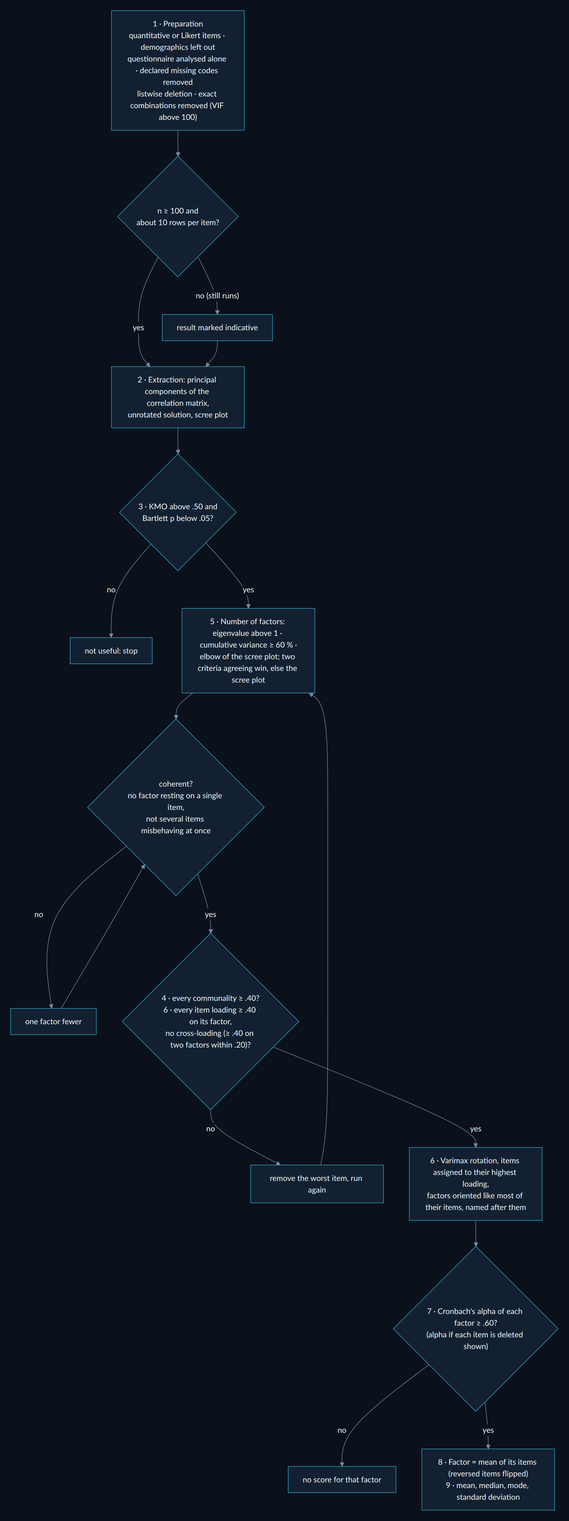
The Mermaid diagram docs/diagrams/6_factor_analysis.png in Thibautdqb/elessar, before a commit. Its source is kept beside it as docs/diagrams/6_factor_analysis.mmd. Source of this version:
```mermaid
flowchart TD
    P["1 · Preparation<br/>quantitative or Likert items · demographics left out<br/>questionnaire analysed alone · declared missing codes removed<br/>listwise deletion · exact combinations removed (VIF above 100)"] --> N{"n ≥ 100 and<br/>about 10 rows per item?"}
    N -- "no (still runs)" --> Q["result marked indicative"]
    N -- yes --> X
    Q --> X["2 · Extraction: principal components of the correlation matrix,<br/>unrotated solution, scree plot"]
    X --> K{"3 · KMO above .50 and<br/>Bartlett p below .05?"}
    K -- no --> NU["not useful: stop"]
    K -- yes --> F["5 · Number of factors: eigenvalue above 1 · cumulative variance ≥ 60 % ·<br/>elbow of the scree plot; two criteria agreeing win, else the scree plot"]
    F --> C{"coherent?<br/>no factor resting on a single item,<br/>not several items misbehaving at once"}
    C -- no --> F2["one factor fewer"] --> C
    C -- yes --> H{"4 · every communality ≥ .40?<br/>6 · every item loading ≥ .40 on its factor,<br/>no cross-loading (≥ .40 on two factors within .20)?"}
    H -- no --> RM["remove the worst item, run again"] --> F
    H -- yes --> V["6 · Varimax rotation, items assigned to their highest loading,<br/>factors oriented like most of their items, named after them"]
    V --> A{"7 · Cronbach's alpha of each factor ≥ .60?<br/>(alpha if each item is deleted shown)"}
    A -- no --> NS["no score for that factor"]
    A -- yes --> S["8 · Factor = mean of its items (reversed items flipped)<br/>9 · mean, median, mode, standard deviation"]
```
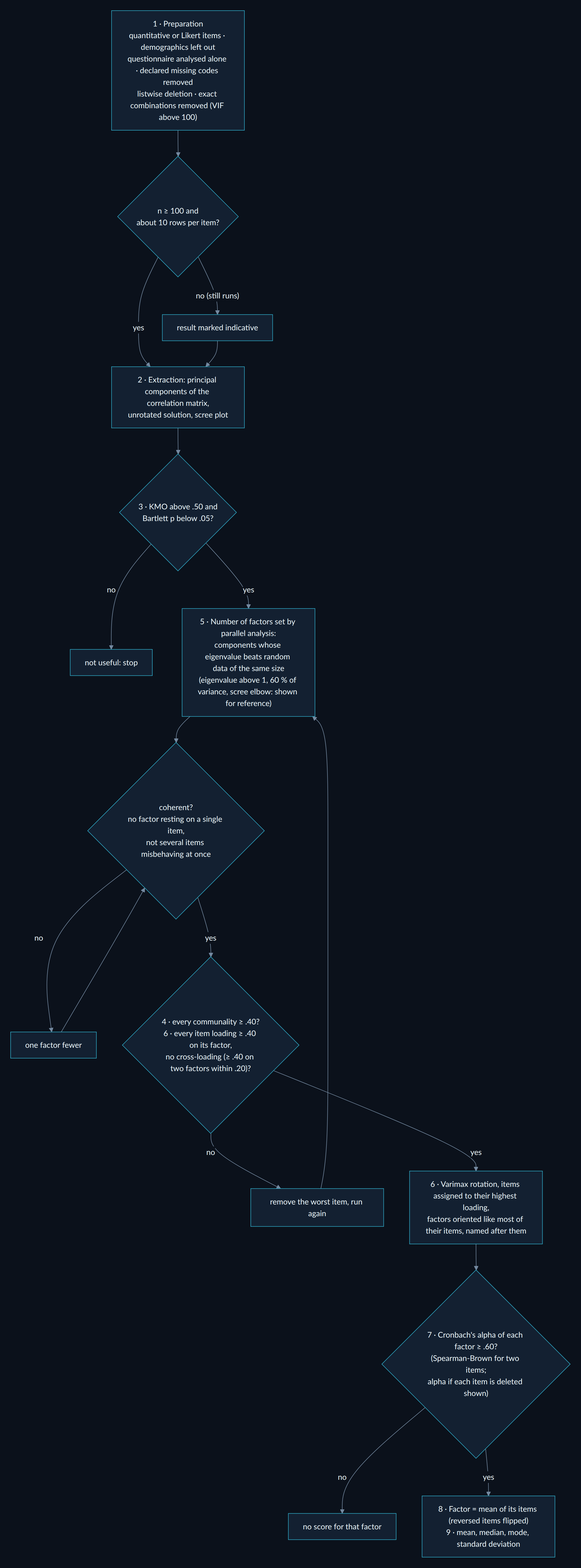
The same file after the commit.

Change to the diagram source:
```diff
@@ -5,12 +5,12 @@
     Q --> X["2 · Extraction: principal components of the correlation matrix,<br/>unrotated solution, scree plot"]
     X --> K{"3 · KMO above .50 and<br/>Bartlett p below .05?"}
     K -- no --> NU["not useful: stop"]
-    K -- yes --> F["5 · Number of factors: eigenvalue above 1 · cumulative variance ≥ 60 % ·<br/>elbow of the scree plot; two criteria agreeing win, else the scree plot"]
+    K -- yes --> F["5 · Number of factors set by parallel analysis:<br/>components whose eigenvalue beats random data of the same size<br/>(eigenvalue above 1, 60 % of variance, scree elbow: shown for reference)"]
     F --> C{"coherent?<br/>no factor resting on a single item,<br/>not several items misbehaving at once"}
     C -- no --> F2["one factor fewer"] --> C
     C -- yes --> H{"4 · every communality ≥ .40?<br/>6 · every item loading ≥ .40 on its factor,<br/>no cross-loading (≥ .40 on two factors within .20)?"}
     H -- no --> RM["remove the worst item, run again"] --> F
     H -- yes --> V["6 · Varimax rotation, items assigned to their highest loading,<br/>factors oriented like most of their items, named after them"]
-    V --> A{"7 · Cronbach's alpha of each factor ≥ .60?<br/>(alpha if each item is deleted shown)"}
+    V --> A{"7 · Cronbach's alpha of each factor ≥ .60?<br/>(Spearman-Brown for two items;<br/>alpha if each item is deleted shown)"}
     A -- no --> NS["no score for that factor"]
     A -- yes --> S["8 · Factor = mean of its items (reversed items flipped)<br/>9 · mean, median, mode, standard deviation"]
```
